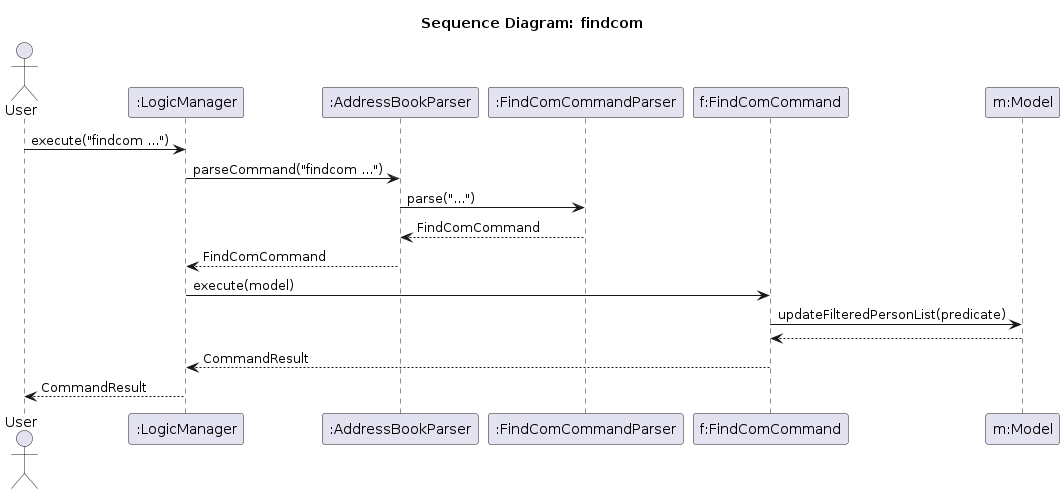
Earlier version of the PlantUML export diagrams/company/FindComSequenceDiagram.png (AY2526S2-CS2103-T11-1/tp). Its source is kept beside it as diagrams/company/FindComSequenceDiagram.puml. Its diagram source:
```plantuml
@startuml
title Sequence Diagram: findcom

actor User
participant ":LogicManager" as Logic
participant ":AddressBookParser" as ABParser
participant ":FindComCommandParser" as Parser
participant "f:FindComCommand" as Command
participant "m:Model" as Model

User -> Logic : execute("findcom ...")
Logic -> ABParser : parseCommand("findcom ...")
ABParser -> Parser : parse("...")
Parser --> ABParser : FindComCommand
ABParser --> Logic : FindComCommand

Logic -> Command : execute(model)
Command -> Model : updateFilteredPersonList(predicate)
Model --> Command
Command --> Logic : CommandResult
Logic --> User : CommandResult

@enduml
```
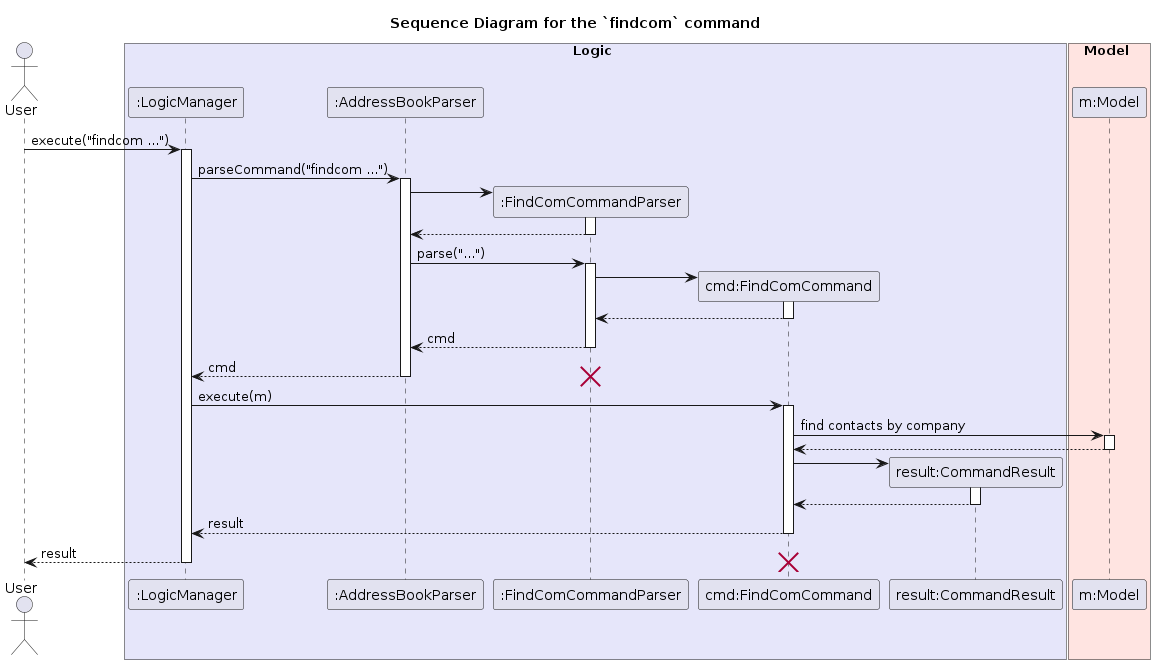
The same file after the commit.

Diff of the diagram source:
```diff
@@ -1,23 +1,69 @@
 @startuml
-title Sequence Diagram: findcom
+title Sequence Diagram for the `findcom` command
 
 actor User
+
+box Logic #E6E6FA
 participant ":LogicManager" as Logic
 participant ":AddressBookParser" as ABParser
 participant ":FindComCommandParser" as Parser
-participant "f:FindComCommand" as Command
+participant "cmd:FindComCommand" as Command
+participant "result:CommandResult" as Result
+end box
+
+box Model #FFE4E1
 participant "m:Model" as Model
+end box
 
 User -> Logic : execute("findcom ...")
+activate Logic
+
 Logic -> ABParser : parseCommand("findcom ...")
+activate ABParser
+
+create Parser
+ABParser -> Parser
+activate Parser
+
+ABParser <-- Parser
+deactivate Parser
+
 ABParser -> Parser : parse("...")
-Parser --> ABParser : FindComCommand
-ABParser --> Logic : FindComCommand
+activate Parser
 
-Logic -> Command : execute(model)
-Command -> Model : updateFilteredPersonList(predicate)
+create Command
+Parser -> Command
+activate Command
+
+Parser <-- Command
+deactivate Command
+
+ABParser <-- Parser : cmd
+deactivate Parser
+
+Logic <-- ABParser : cmd
+destroy Parser
+deactivate ABParser
+
+Logic -> Command : execute(m)
+activate Command
+
+Command -> Model : find contacts by company
+activate Model
 Model --> Command
-Command --> Logic : CommandResult
-Logic --> User : CommandResult
+deactivate Model
+
+create Result
+Command -> Result
+activate Result
+Result --> Command
+deactivate Result
+
+Logic <-- Command : result
+deactivate Command
+
+User <-- Logic : result
+destroy Command
+deactivate Logic
 
 @enduml
```
